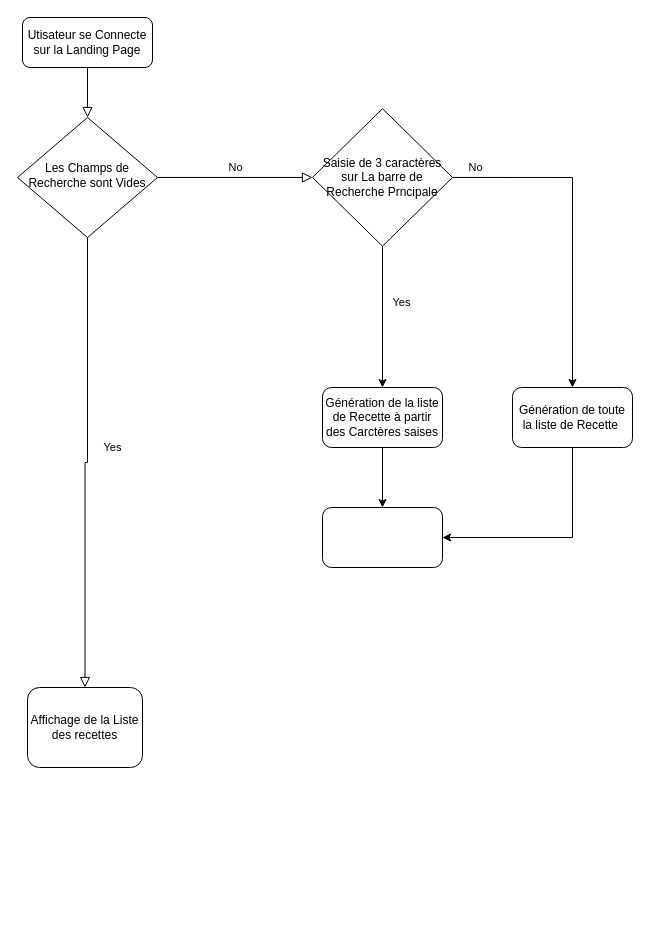
oleeefr/P11-front-end-search-engine keeps this draw.io diagram as docs/Untitled Diagram.drawio. Above is the earlier version. Source tidied: cells renumbered, new cells numbered last; positions are measured from the earlier drawing's top-left corner, leaving out a move shared by most shapes. Both pictures are drawn from the tidied source at 100%, with x=0, y=0 at pixel (17, 17).
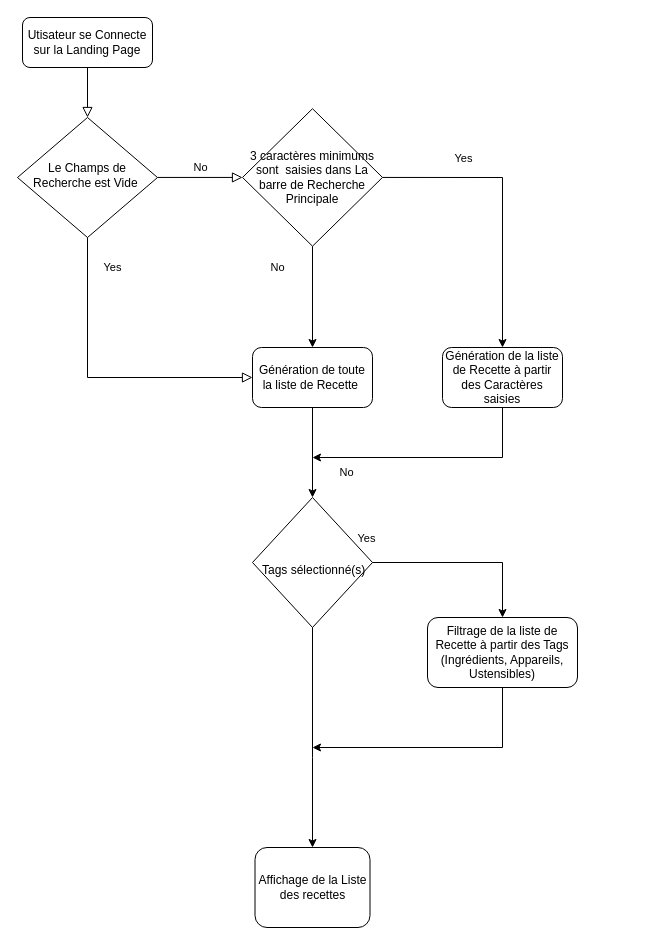
The same page after the edit.

The change refers to these unchanged cells:
```xml
<mxCell id="7" value="Affichage de la Liste des recettes" style="rounded=1;whiteSpace=wrap;html=1;" parent="6" vertex="1">
  <mxGeometry width="115" height="80" as="geometry" />
</mxCell>
```

The edit, as a diff of the source:
```diff
@@
-    <mxCell id="5" value="Les Champs de Recherche sont Vides" style="rhombus;whiteSpace=wrap;html=1;shadow=0;fontFamily=Helvetica;fontSize=12;align=center;strokeWidth=1;spacing=6;spacingTop=-4;" parent="1" vertex="1">
+    <mxCell id="5" value="Le Champs de Recherche est Vide&amp;nbsp;" style="rhombus;whiteSpace=wrap;html=1;shadow=0;fontFamily=Helvetica;fontSize=12;align=center;strokeWidth=1;spacing=6;spacingTop=-4;" parent="1" vertex="1">
       <mxGeometry y="100" width="140" height="120" as="geometry" />
     </mxCell>
     <mxCell id="6" style="group;" parent="1" vertex="1">
-      <mxGeometry x="10" y="670" width="115" height="80" as="geometry" />
+      <mxGeometry x="237.5" y="830" width="115" height="80" as="geometry" />
     </mxCell>
@@
-    <mxCell id="8" value="Saisie de 3 caractères sur La barre de Recherche Prncipale" style="rhombus;whiteSpace=wrap;html=1;" parent="1" vertex="1">
-      <mxGeometry x="295" y="91.2" width="140" height="137.5" as="geometry" />
+    <mxCell id="8" value="3 caractères minimums sont&amp;nbsp; saisies dans La barre de Recherche Principale" style="rhombus;whiteSpace=wrap;html=1;" parent="1" vertex="1">
+      <mxGeometry x="225" y="91.2" width="140" height="137.5" as="geometry" />
     </mxCell>
-    <mxCell id="9" value="Yes" style="rounded=0;html=1;jettySize=auto;fontSize=11;endArrow=block;endFill=0;endSize=8;strokeWidth=1;shadow=0;labelBackgroundColor=none;edgeStyle=orthogonalEdgeStyle;entryX=0.5;entryY=0;entryDx=0;entryDy=0;" parent="1" edge="1" source="5" target="7">
-      <mxGeometry x="-0.07" y="25" relative="1" as="geometry" />
+    <mxCell id="9" value="Yes" style="rounded=0;html=1;jettySize=auto;fontSize=11;endArrow=block;endFill=0;endSize=8;strokeWidth=1;shadow=0;labelBackgroundColor=none;edgeStyle=orthogonalEdgeStyle;entryX=0;entryY=0.5;entryDx=0;entryDy=0;" parent="1" edge="1" source="5" target="17">
+      <mxGeometry x="-0.8" y="25" relative="1" as="geometry">
+        <Array as="points">
+          <mxPoint x="70" y="360" />
+        </Array>
+      </mxGeometry>
     </mxCell>
-    <mxCell id="10" style="endArrow=classic;html=1;rounded=0;exitX=1;exitY=0.5;exitDx=0;exitDy=0;" parent="1" edge="1" source="8" target="17">
-      <mxGeometry relative="1" as="geometry">
-        <Array as="points">
-          <mxPoint x="555" y="160" />
-        </Array>
-      </mxGeometry>
+    <mxCell id="10" style="endArrow=classic;html=1;rounded=0;exitX=0.5;exitY=1;exitDx=0;exitDy=0;" parent="1" edge="1" source="8" target="17">
+      <mxGeometry relative="1" as="geometry" />
     </mxCell>
     <mxCell id="11" value="No&lt;br&gt;" style="edgeLabel;html=1;align=center;verticalAlign=middle;" parent="10" vertex="1">
       <mxGeometry x="-0.56" relative="1" as="geometry">
-        <mxPoint x="-50" y="-10" as="offset" />
+        <mxPoint x="-36" y="-1" as="offset" />
       </mxGeometry>
     </mxCell>
-    <mxCell id="12" style="endArrow=classic;html=1;rounded=0;exitX=0.5;exitY=1;exitDx=0;exitDy=0;" parent="1" edge="1" source="8" target="14">
-      <mxGeometry relative="1" as="geometry" />
+    <mxCell id="12" style="endArrow=classic;html=1;rounded=0;exitX=1;exitY=0.5;exitDx=0;exitDy=0;" parent="1" edge="1" source="8" target="14">
+      <mxGeometry relative="1" as="geometry">
+        <Array as="points">
+          <mxPoint x="485" y="160" />
+        </Array>
+      </mxGeometry>
     </mxCell>
     <mxCell id="13" value="Yes" style="edgeLabel;html=1;align=center;verticalAlign=middle;" parent="12" vertex="1">
       <mxGeometry x="-0.21" y="-2" relative="1" as="geometry">
-        <mxPoint x="20" as="offset" />
+        <mxPoint x="-34" y="-21" as="offset" />
       </mxGeometry>
     </mxCell>
-    <mxCell id="14" value="Génération de la liste de Recette à partir des Carctères saises" style="rounded=1;whiteSpace=wrap;html=1;" parent="1" vertex="1">
-      <mxGeometry x="305" y="370" width="120" height="60" as="geometry" />
+    <mxCell id="14" value="Génération de la liste de Recette à partir des Caractères saisies" style="rounded=1;whiteSpace=wrap;html=1;" parent="1" vertex="1">
+      <mxGeometry x="425" y="330" width="120" height="60" as="geometry" />
     </mxCell>
-    <mxCell id="15" style="rounded=1;whiteSpace=wrap;html=1;" parent="1" vertex="1">
-      <mxGeometry x="305" y="490" width="120" height="60" as="geometry" />
+    <mxCell id="15" value="Filtrage de la liste de Recette à partir des Tags (Ingrédients, Appareils, Ustensibles)" style="rounded=1;whiteSpace=wrap;html=1;" parent="1" vertex="1">
+      <mxGeometry x="410" y="600" width="150" height="70" as="geometry" />
     </mxCell>
-    <mxCell id="16" style="endArrow=classic;html=1;rounded=0;entryX=0.5;entryY=0;entryDx=0;entryDy=0;exitX=0.5;exitY=1;exitDx=0;exitDy=0;" parent="1" edge="1" source="14" target="15">
-      <mxGeometry relative="1" as="geometry" />
+    <mxCell id="16" style="endArrow=classic;html=1;rounded=0;exitX=0.5;exitY=1;exitDx=0;exitDy=0;" parent="1" edge="1" source="14">
+      <mxGeometry relative="1" as="geometry">
+        <mxPoint x="295" y="440" as="targetPoint" />
+        <Array as="points">
+          <mxPoint x="485" y="440" />
+        </Array>
+      </mxGeometry>
     </mxCell>
     <mxCell id="17" value="Génération de toute la liste de Recette&amp;nbsp;" style="rounded=1;whiteSpace=wrap;html=1;" parent="1" vertex="1">
-      <mxGeometry x="495" y="370" width="120" height="60" as="geometry" />
+      <mxGeometry x="235" y="330" width="120" height="60" as="geometry" />
     </mxCell>
-    <mxCell id="18" style="endArrow=classic;html=1;rounded=0;exitX=0.5;exitY=1;exitDx=0;exitDy=0;entryX=1;entryY=0.5;entryDx=0;entryDy=0;" parent="1" edge="1" source="17" target="15">
-      <mxGeometry relative="1" as="geometry">
-        <Array as="points">
-          <mxPoint x="555" y="520" />
-        </Array>
-      </mxGeometry>
+    <mxCell id="18" style="endArrow=classic;html=1;rounded=0;exitX=0.5;exitY=1;exitDx=0;exitDy=0;entryX=0.5;entryY=0;entryDx=0;entryDy=0;" parent="1" edge="1" source="17" target="19">
+      <mxGeometry relative="1" as="geometry" />
     </mxCell>
+    <mxCell id="19" value="&lt;br&gt;&amp;nbsp;Tags sélectionné(s)" style="rhombus;whiteSpace=wrap;html=1;" parent="1" vertex="1">
+      <mxGeometry x="235" y="480" width="120" height="130" as="geometry" />
+    </mxCell>
+    <mxCell id="20" style="endArrow=classic;html=1;rounded=0;entryX=0.5;entryY=0;entryDx=0;entryDy=0;exitX=1;exitY=0.5;exitDx=0;exitDy=0;" parent="1" edge="1" source="19" target="15">
+      <mxGeometry relative="1" as="geometry">
+        <Array as="points">
+          <mxPoint x="485" y="545" />
+        </Array>
+      </mxGeometry>
+    </mxCell>
+    <mxCell id="21" value="Yes" style="edgeLabel;html=1;align=center;verticalAlign=middle;" parent="20" vertex="1">
+      <mxGeometry x="-0.31" y="4" relative="1" as="geometry">
+        <mxPoint x="-71" y="-21" as="offset" />
+      </mxGeometry>
+    </mxCell>
+    <mxCell id="22" style="endArrow=classic;html=1;rounded=0;entryX=0.5;entryY=0;entryDx=0;entryDy=0;exitX=0.5;exitY=1;exitDx=0;exitDy=0;" parent="1" edge="1" source="19" target="7">
+      <mxGeometry relative="1" as="geometry">
+        <Array as="points">
+          <mxPoint x="295" y="740" />
+        </Array>
+      </mxGeometry>
+    </mxCell>
+    <mxCell id="23" value="No" style="edgeLabel;html=1;align=center;verticalAlign=middle;" parent="22" vertex="1">
+      <mxGeometry x="0.39" y="-1" relative="1" as="geometry">
+        <mxPoint x="34" y="-309" as="offset" />
+      </mxGeometry>
+    </mxCell>
+    <mxCell id="24" style="endArrow=classic;html=1;rounded=0;exitX=0.5;exitY=1;exitDx=0;exitDy=0;" parent="1" edge="1" source="15">
+      <mxGeometry relative="1" as="geometry">
+        <mxPoint x="295" y="730" as="targetPoint" />
+        <Array as="points">
+          <mxPoint x="485" y="730" />
+        </Array>
+      </mxGeometry>
+    </mxCell>
```
